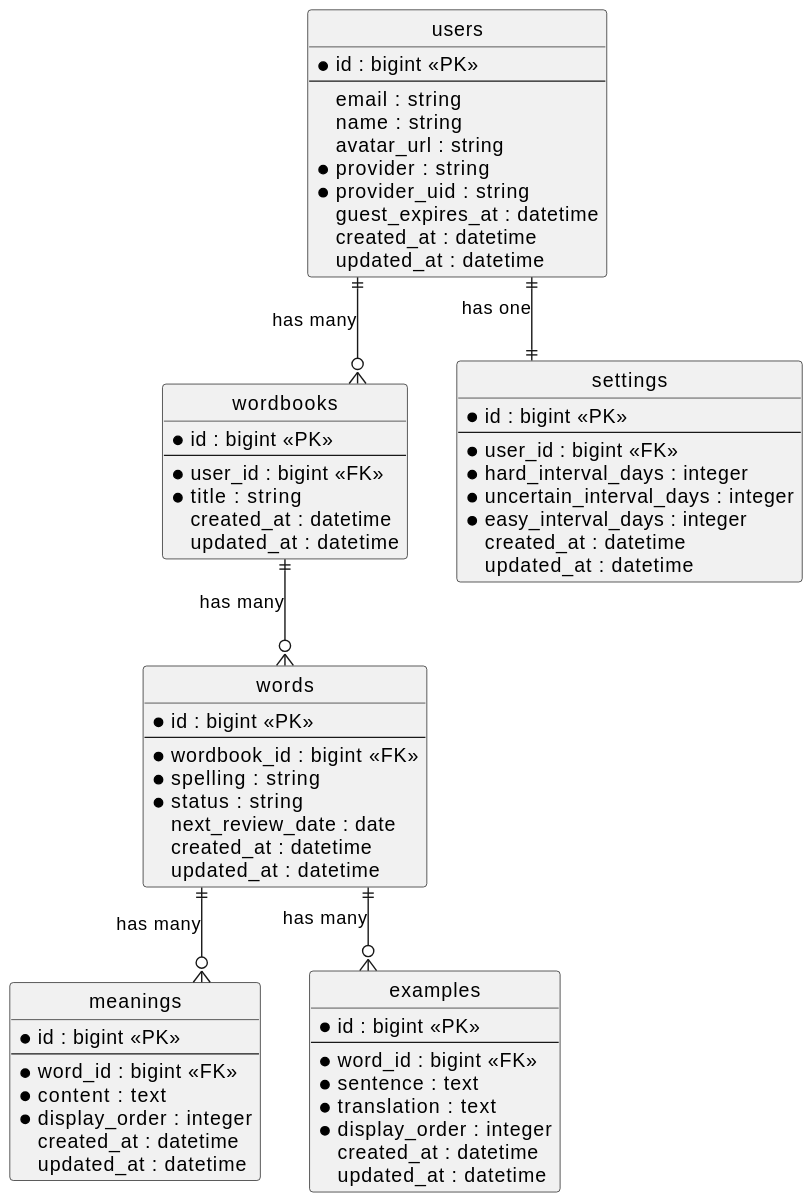
Before: docs/er_diagram.svg, a diagram exported from PlantUML (pepper-chicken-dev/wordbeetle-api).
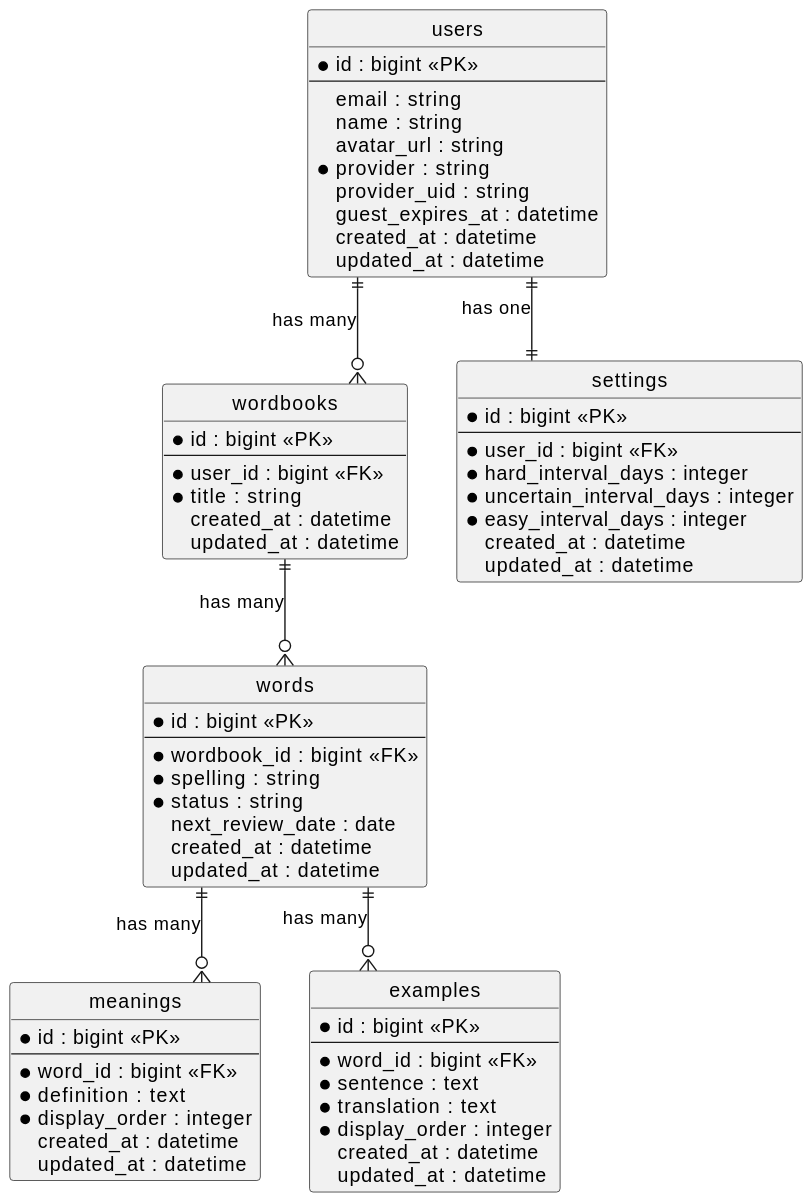
The same diagram one commit later.

Commit message:
docs: update docs for meanings content to definition rename

Diff of the diagram source:
```diff
@@ -10,7 +10,7 @@
   name : string
   avatar_url : string
   *provider : string
-  *provider_uid : string
+  provider_uid : string
   guest_expires_at : datetime
   created_at : datetime
   updated_at : datetime
@@ -40,7 +40,7 @@
   *id : bigint <<PK>>
   --
   *word_id : bigint <<FK>>
-  *content : text
+  *definition : text
   *display_order : integer
   created_at : datetime
   updated_at : datetime
```
